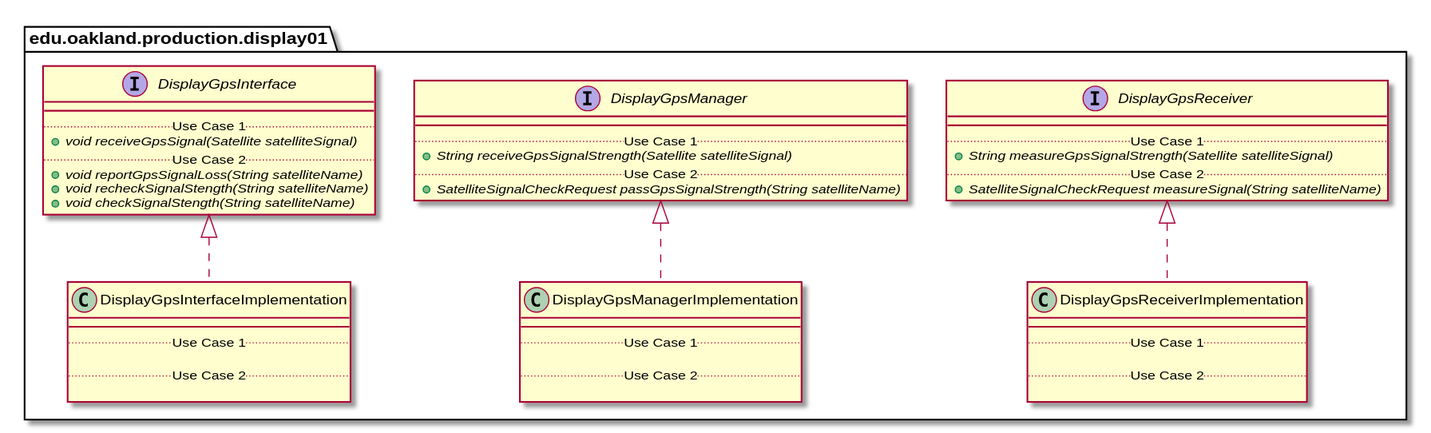
Before: docs/uml-class-diagrams/display01/production/Display01ProductionPackage_DirectDependencies.svg, a diagram exported from PlantUML (elilley15/csi-3370-software-project).
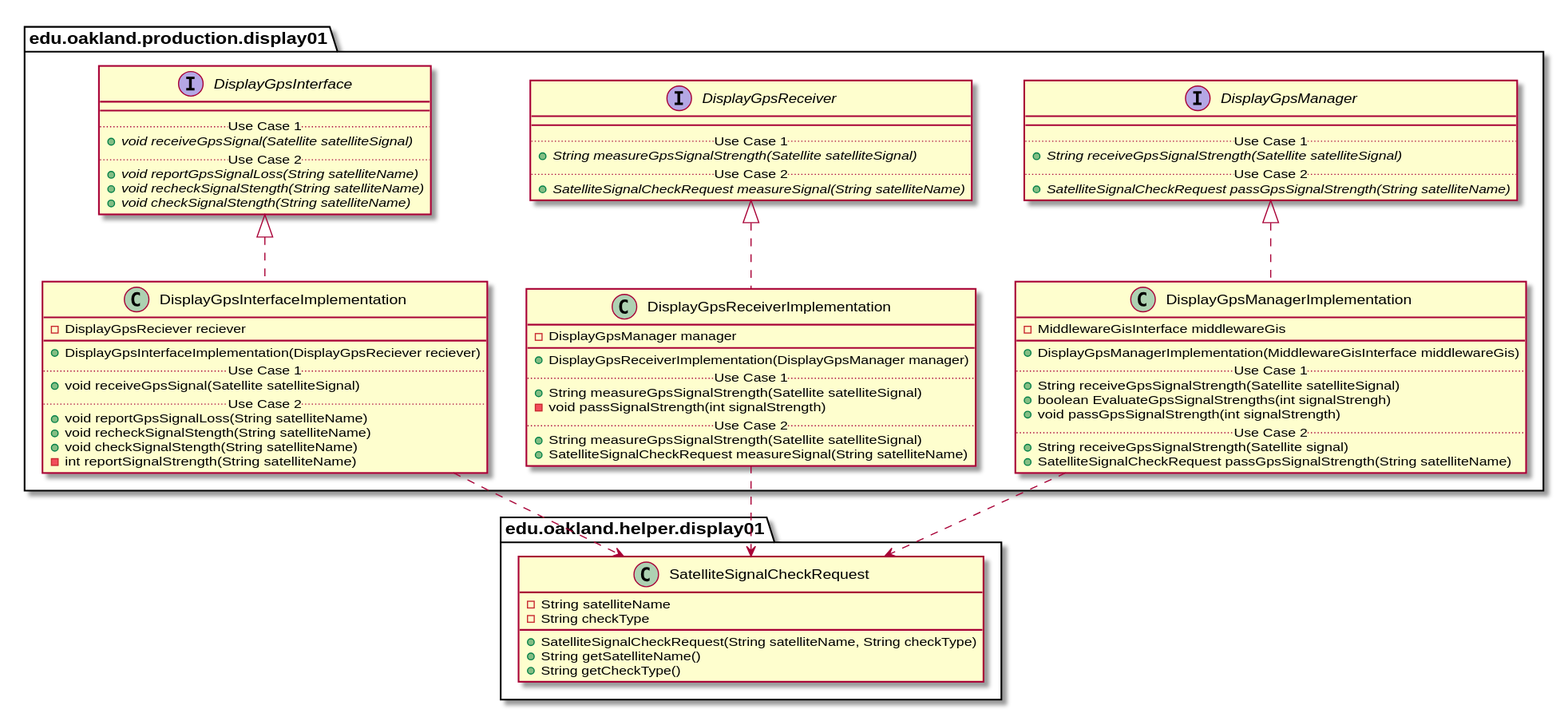
The same diagram one commit later.

Diff of the diagram source:
```diff
@@ -24,17 +24,6 @@
 
 
 package edu.oakland.production.display01 {
-    interface DisplayGpsManager {
-        __
-        .. Use Case 1 ..
-        {abstract} + String receiveGpsSignalStrength(Satellite satelliteSignal)
-        .. Use Case 2 ..
-        {abstract} + SatelliteSignalCheckRequest passGpsSignalStrength(String satelliteName)
-    }
-}
-
-
-package edu.oakland.production.display01 {
     interface DisplayGpsReceiver {
         __
         .. Use Case 1 ..
@@ -46,12 +35,29 @@
 
 
 package edu.oakland.production.display01 {
-    class DisplayGpsInterfaceImplementation {
+    interface DisplayGpsManager {
         __
         .. Use Case 1 ..
+        {abstract} + String receiveGpsSignalStrength(Satellite satelliteSignal)
+        .. Use Case 2 ..
+        {abstract} + SatelliteSignalCheckRequest passGpsSignalStrength(String satelliteName)
+    }
+}
 
+
+
+package edu.oakland.production.display01 {
+    class DisplayGpsInterfaceImplementation {
+        - DisplayGpsReciever reciever
+        __
+        + DisplayGpsInterfaceImplementation(DisplayGpsReciever reciever)
+        .. Use Case 1 ..
+        + void receiveGpsSignal(Satellite satelliteSignal)
         .. Use Case 2 ..
-
+        + void reportGpsSignalLoss(String satelliteName)
+        + void recheckSignalStength(String satelliteName)
+        + void checkSignalStength(String satelliteName)
+        - int reportSignalStrength(String satelliteName)
     }
 }
 
@@ -59,37 +65,57 @@
 DisplayGpsInterfaceImplementation .up.|> DisplayGpsInterface
 
 package edu.oakland.production.display01 {
-    class DisplayGpsManagerImplementation {
+    class DisplayGpsReceiverImplementation {
+        - DisplayGpsManager manager
         __
+        + DisplayGpsReceiverImplementation(DisplayGpsManager manager)
         .. Use Case 1 ..
+        + String measureGpsSignalStrength(Satellite satelliteSignal)
+        - void passSignalStrength(int signalStrength)
+        .. Use Case 2 ..
+        + String measureGpsSignalStrength(Satellite satelliteSignal)
+        + SatelliteSignalCheckRequest measureSignal(String satelliteName)
+    }
+}
 
-        .. Use Case 2 ..
 
+DisplayGpsReceiverImplementation .up.|> DisplayGpsReceiver
+
+package edu.oakland.production.display01 {
+  class DisplayGpsManagerImplementation {
+    - MiddlewareGisInterface middlewareGis
+   __
+    + DisplayGpsManagerImplementation(MiddlewareGisInterface middlewareGis)
+    .. Use Case 1 ..
+    + String receiveGpsSignalStrength(Satellite satelliteSignal)
+    + boolean EvaluateGpsSignalStrengths(int signalStrengh)
+    + void passGpsSignalStrength(int signalStrength)
+    .. Use Case 2 ..
+    + String receiveGpsSignalStrength(Satellite signal)
+    + SatelliteSignalCheckRequest passGpsSignalStrength(String satelliteName)
     }
 }
 
 
 DisplayGpsManagerImplementation .up.|> DisplayGpsManager
 
-package edu.oakland.production.display01 {
-    class DisplayGpsReceiverImplementation {
-        __
-        .. Use Case 1 ..
-
-        .. Use Case 2 ..
-
-    }
-}
-
-
-DisplayGpsReceiverImplementation .up.|> DisplayGpsReceiver
 
 
 
 
+package edu.oakland.helper.display01 {
+    class SatelliteSignalCheckRequest {
+        - String satelliteName
+        - String checkType
+        + SatelliteSignalCheckRequest(String satelliteName, String checkType)
+        + String getSatelliteName()
+        + String getCheckType()
+    }
+}
 
-
-
+DisplayGpsInterfaceImplementation ..> SatelliteSignalCheckRequest
+DisplayGpsReceiverImplementation ..> SatelliteSignalCheckRequest
+DisplayGpsManagerImplementation ..> SatelliteSignalCheckRequest
 
 
 
```
